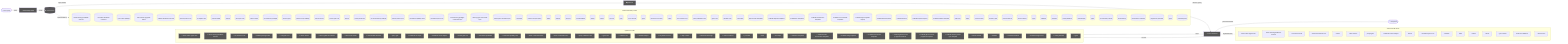
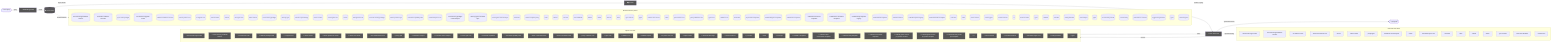
flowchart LR
  UserQ(["👤 User Query"])
  Embed["📐 Embedding Model"]
  VecDB[("📚 Vector Store")]
  Retriever["🔍 Retriever"]
  LLMNode["🧠 LLM / Generator"]
  Output(["✅ Response"])
  UserQ -->|query| Embed
  Embed -->|vector| VecDB
  VecDB -->|top-k chunks| Retriever
  Retriever -->|context + query| LLMNode
  LLMNode -->|generated answer| Output
  subgraph DetectedMemory["Detected memory stores"]
    det_detectedmemory_check_steering_feedback_contract_80134459[("check-steering-feedback-contract")]
    det_detectedmemory_normalize_workflow_contracts_8701f1c8[("normalize-workflow-contracts")]
    det_detectedmemory_sync_codex_preflight_7e7a8dc2[("sync-codex-preflight")]
    det_detectedmemory_test_harness_upgrade_matrix_84113c4e[("test-harness-upgrade-matrix")]
    det_detectedmemory_validate_workflow_contracts_33dc063c[("validate-workflow-contracts")]
    det_detectedmemory_branch_protect_core_a8feb0fd[("branch-protect-core")]
    det_detectedmemory_ci_migrate_core_7005b5af[("ci-migrate-core")]
    det_detectedmemory_context_health_80bb7da9[("context-health")]
    det_detectedmemory_context_ea7792a2[("context")]
    det_detectedmemory_docs_gate_core_eb9b6c18[("docs-gate-core")]
    det_detectedmemory_index_context_de3ed39d[("index-context")]
    det_detectedmemory_local_memory_preflight_dcc36c42[("local-memory-preflight")]
    det_detectedmemory_memory_gate_a577a506[("memory-gate")]
    det_detectedmemory_pattern_scope_siblings_43abe000[("pattern-scope-siblings")]
    det_detectedmemory_review_context_ca6cf81d[("review-context")]
    det_detectedmemory_review_gate_core_4c8001f9[("review-gate-core")]
    det_detectedmemory_search_24193290[("search")]
    det_detectedmemory_tooling_audit_core_328d6a41[("tooling-audit-core")]
    det_detectedmemory_run_local_memory_preflight_36e92808[("run-local-memory-preflight")]
    det_detectedmemory_branch_protect_sync_570adb18[("branch-protect-sync")]
    det_detectedmemory_command_capability_rules_ca3f496a[("command-capability-rules")]
    det_detectedmemory_command_specs_core_1c0ffc99[("command-specs-core")]
    det_detectedmemory_local_memory_preflight_command_spec_9e23f3ce[("local-memory-preflight-command-spec")]
    det_detectedmemory_memory_gate_command_spec_dc9001a9[("memory-gate-command-spec")]
    det_detectedmemory_review_gate_command_spec_3187376a[("review-gate-command-spec")]
    det_detectedmemory_constants_7517017f[("constants")]
    det_detectedmemory_context_compact_policy_3dcaf95d[("context-compact-policy")]
    det_detectedmemory_index_1bc04b52[("index")]
    det_detectedmemory_indexer_70fa78e5[("indexer")]
    det_detectedmemory_init_error_5c7dd49f[("init-error")]
    det_detectedmemory_lexical_fallback_723e2b3e[("lexical-fallback")]
    det_detectedmemory_ollama_76e3c7bf[("ollama")]
    det_detectedmemory_rollout_a4fa034c[("rollout")]
    det_detectedmemory_sources_878a52fc[("sources")]
    det_detectedmemory_store_824d80d7[("store")]
    det_detectedmemory_sync_contract_c79fa191[("sync-contract")]
    det_detectedmemory_types_3_9675d69b[("types")]
    det_detectedmemory_harness_run_context_ac7c77a9[("harness-run-context")]
    det_detectedmemory_index_1_faebc14e[("index")]
    det_detectedmemory_json_schema_core_96d7e328[("json-schema-core")]
    det_detectedmemory_policy_validators_core_714a3fe7[("policy-validators-core")]
    det_detectedmemory_types_core_e405ddca[("types-core")]
    det_detectedmemory_validator_core_4358f8ba[("validator-core")]
    det_detectedmemory_init_modes_c05ceb07[("init-modes")]
    det_detectedmemory_project_brain_templates_7ef51530[("project-brain-templates")]
    det_detectedmemory_scaffold_diagram_templates_dd88e83c[("scaffold-diagram-templates")]
    det_detectedmemory_scaffold_doc_templates_f6152330[("scaffold-doc-templates")]
    det_detectedmemory_scaffold_environment_templates_c1ceba6a[("scaffold-environment-templates")]
    det_detectedmemory_scaffold_root_command_templates_404fed7f[("scaffold-root-command-templates")]
    det_detectedmemory_scaffold_script_template_registry_69312d4e[("scaffold-script-template-registry")]
    det_detectedmemory_scaffold_shell_templates_0ad0f915[("scaffold-shell-templates")]
    det_detectedmemory_scaffold_surfaces_12d6494e[("scaffold-surfaces")]
    det_detectedmemory_scaffold_template_registry_b1cce2aa[("scaffold-template-registry")]
    det_detectedmemory_scaffold_workflow_template_92310587[("scaffold-workflow-template")]
    det_detectedmemory_eval_seed_5699fd3e[("eval-seed")]
    det_detectedmemory_index_4_013aa0e3[("index")]
    det_detectedmemory_review_context_1_e3afed15[("review-context")]
    det_detectedmemory_memory_gate_1_265164ac[("memory-gate")]
    det_detectedmemory_branch_enforcer_acb749cd[("branch-enforcer")]
+     det_detectedmemory_cli_2_10bc8a77[("cli")]
    det_detectedmemory_metrics_tracker_98cec29c[("metrics-tracker")]
    det_detectedmemory_types_10_75e5a4a0[("types")]
    det_detectedmemory_validator_4_5180cf23[("validator")]
    det_detectedmemory_classifier_fe1991a9[("classifier")]
    det_detectedmemory_tooling_baseline_50ab2eeb[("tooling-baseline")]
    det_detectedmemory_claim_helpers_20dc8387[("claim-helpers")]
    det_detectedmemory_types_14_fe7507be[("types")]
    det_detectedmemory_local_memory_smoke_1175abfc[("local-memory-smoke")]
    det_detectedmemory_local_memory_0db17ecc[("local-memory")]
    det_detectedmemory_performance_overload_c685bfcf[("performance-overload")]
    det_detectedmemory_suggestion_generator_0956f794[("suggestion-generator")]
    det_detectedmemory_types_19_eb4ad5f0[("types")]
    det_detectedmemory_overload_guard_2748c559[("overload-guard")]
  end
  VecDB -. "implemented by" .-> DetectedMemory
  subgraph DetectedLLM["Detected LLM clients"]
    det_detectedllm_check_codex_agent_roles_5bb2e89b["check-codex-agent-roles"]
    det_detectedllm_check_steering_feedback_contract_80134459["check-steering-feedback-contract"]
    det_detectedllm_run_harness_evals_77704768["run-harness-evals"]
    det_detectedllm_check_environment_core_2c16213f["check-environment-core"]
    det_detectedllm_context_ea7792a2["context"]
    det_detectedllm_index_context_de3ed39d["index-context"]
    det_detectedllm_prompt_gate_c5e9d207["prompt-gate"]
    det_detectedllm_remediate_runner_helpers_929fedcc["remediate-runner-helpers"]
    det_detectedllm_search_24193290["search"]
    det_detectedllm_command_specs_core_1c0ffc99["command-specs-core"]
    det_detectedllm_constants_7517017f["constants"]
    det_detectedllm_index_1bc04b52["index"]
    det_detectedllm_indexer_70fa78e5["indexer"]
    det_detectedllm_ollama_76e3c7bf["ollama"]
    det_detectedllm_sync_contract_c79fa191["sync-contract"]
    det_detectedllm_north_star_validators_cfc926ce["north-star-validators"]
    det_detectedllm_sensitive_text_7c11f760["sensitive-text"]
  end
  LLMNode -. "implemented by" .-> DetectedLLM
  subgraph DetectedTools["Agentic tool calls"]
    det_detectedtools_check_codex_agent_roles_5bb2e89b["🔧 check-codex-agent-roles"]
    det_detectedtools_check_steering_feedback_contract_80134459["🔧 check-steering-feedback-contract"]
    det_detectedtools_run_harness_evals_77704768["🔧 run-harness-evals"]
    det_detectedtools_validate_packaged_skill_5e32c890["🔧 validate-packaged-skill"]
    det_detectedtools_ci_migrate_core_7005b5af["🔧 ci-migrate-core"]
    det_detectedtools_doctor_checks_5a2eb2b9["🔧 doctor-checks"]
    det_detectedtools_doctor_github_tool_checks_a53b0382["🔧 doctor-github-tool-checks"]
    det_detectedtools_doctor_tool_checks_4acac51a["🔧 doctor-tool-checks"]
    det_detectedtools_next_blocked_decisions_4140ad2b["🔧 next-blocked-decisions"]
    det_detectedtools_policy_gate_213f7313["🔧 policy-gate"]
    det_detectedtools_remediate_cli_output_cc165396["🔧 remediate-cli-output"]
    det_detectedtools_remediate_runner_helpers_929fedcc["🔧 remediate-runner-helpers"]
    det_detectedtools_review_gate_core_4c8001f9["🔧 review-gate-core"]
    det_detectedtools_command_capabilities_a4d5c71e["🔧 command-capabilities"]
    det_detectedtools_command_capability_rules_ca3f496a["🔧 command-capability-rules"]
    det_detectedtools_linear_command_actions_e430f4f4["🔧 linear-command-actions"]
    det_detectedtools_linear_command_runner_4a740dfc["🔧 linear-command-runner"]
    det_detectedtools_policy_validators_core_714a3fe7["🔧 policy-validators-core"]
    det_detectedtools_types_core_e405ddca["🔧 types-core"]
    det_detectedtools_validator_core_4358f8ba["🔧 validator-core"]
    det_detectedtools_validator_helpers_7b927667["🔧 validator-helpers"]
    det_detectedtools_he_phase_exit_core_1148895b["🔧 he-phase-exit-core"]
    det_detectedtools_ralph_runtime_73d63c0e["🔧 ralph-runtime"]
    det_detectedtools_observed_skill_usage_ed7d5930["🔧 observed-skill-usage"]
    det_detectedtools_closure_evidence_aaa31467["🔧 closure-evidence"]
    det_detectedtools_pr_creator_dc6b1ea4["🔧 pr-creator"]
    det_detectedtools_client_948fe603["🔧 client"]
    det_detectedtools_init_output_360dce91["🔧 init-output"]
    det_detectedtools_scaffold_ci_templates_2afd6392["🔧 scaffold-ci-templates"]
    det_detectedtools_scaffold_codex_environment_templates_334fbbed["🔧 scaffold-codex-environment-templates"]
    det_detectedtools_scaffold_config_templates_4b80ce53["🔧 scaffold-config-templates"]
    det_detectedtools_scaffold_environment_templates_c1ceba6a["🔧 scaffold-environment-templates"]
    det_detectedtools_scaffold_github_actions_pr_pipeline_renderer_1ee18de5["🔧 scaffold-github-actions-pr-pipeline-renderer"]
    det_detectedtools_scaffold_github_actions_pr_pipeline_template_e2b85f62["🔧 scaffold-github-actions-pr-pipeline-template"]
    det_detectedtools_scaffold_release_private_npm_template_075499f8["🔧 scaffold-release-private-npm-template"]
+     det_detectedtools_cli_2_10bc8a77["🔧 cli"]
    det_detectedtools_metrics_tracker_98cec29c["🔧 metrics-tracker"]
-     det_detectedtools_validator_4_5180cf23["🔧 validator"]
    det_detectedtools_normalise_renderer_85f2e563["🔧 normalise-renderer"]
    det_detectedtools_evaluation_engine_core_e054fe49["🔧 evaluation-engine-core"]
    det_detectedtools_tooling_baseline_50ab2eeb["🔧 tooling-baseline"]
    det_detectedtools_types_21_5756f9dc["🔧 types"]
  end
  LLMNode -->|tool use| DetectedTools
  DetectedTools -->|result| LLMNode
  classDef memNode fill:#555,color:#fff
  class VecDB,Retriever memNode
  classDef llmNode fill:#555,color:#fff
  class LLMNode,Embed llmNode
  classDef toolNode fill:#555,color:#fff
-   class det_detectedtools_check_codex_agent_roles_5bb2e89b,det_detectedtools_check_steering_feedback_contract_80134459,det_detectedtools_run_harness_evals_77704768,det_detectedtools_validate_packaged_skill_5e32c890,det_detectedtools_ci_migrate_core_7005b5af,det_detectedtools_doctor_checks_5a2eb2b9,det_detectedtools_doctor_github_tool_checks_a53b0382,det_detectedtools_doctor_tool_checks_4acac51a,det_detectedtools_next_blocked_decisions_4140ad2b,det_detectedtools_policy_gate_213f7313,det_detectedtools_remediate_cli_output_cc165396,det_detectedtools_remediate_runner_helpers_929fedcc,det_detectedtools_review_gate_core_4c8001f9,det_detectedtools_command_capabilities_a4d5c71e,det_detectedtools_command_capability_rules_ca3f496a,det_detectedtools_linear_command_actions_e430f4f4,det_detectedtools_linear_command_runner_4a740dfc,det_detectedtools_policy_validators_core_714a3fe7,det_detectedtools_types_core_e405ddca,det_detectedtools_validator_core_4358f8ba,det_detectedtools_validator_helpers_7b927667,det_detectedtools_he_phase_exit_core_1148895b,det_detectedtools_ralph_runtime_73d63c0e,det_detectedtools_observed_skill_usage_ed7d5930,det_detectedtools_closure_evidence_aaa31467,det_detectedtools_pr_creator_dc6b1ea4,det_detectedtools_client_948fe603,det_detectedtools_init_output_360dce91,det_detectedtools_scaffold_ci_templates_2afd6392,det_detectedtools_scaffold_codex_environment_templates_334fbbed,det_detectedtools_scaffold_config_templates_4b80ce53,det_detectedtools_scaffold_environment_templates_c1ceba6a,det_detectedtools_scaffold_github_actions_pr_pipeline_renderer_1ee18de5,det_detectedtools_scaffold_github_actions_pr_pipeline_template_e2b85f62,det_detectedtools_scaffold_release_private_npm_template_075499f8,det_detectedtools_metrics_tracker_98cec29c,det_detectedtools_validator_4_5180cf23,det_detectedtools_normalise_renderer_85f2e563,det_detectedtools_evaluation_engine_core_e054fe49,det_detectedtools_tooling_baseline_50ab2eeb,det_detectedtools_types_21_5756f9dc toolNode
+   class det_detectedtools_check_codex_agent_roles_5bb2e89b,det_detectedtools_check_steering_feedback_contract_80134459,det_detectedtools_run_harness_evals_77704768,det_detectedtools_validate_packaged_skill_5e32c890,det_detectedtools_ci_migrate_core_7005b5af,det_detectedtools_doctor_checks_5a2eb2b9,det_detectedtools_doctor_github_tool_checks_a53b0382,det_detectedtools_doctor_tool_checks_4acac51a,det_detectedtools_next_blocked_decisions_4140ad2b,det_detectedtools_policy_gate_213f7313,det_detectedtools_remediate_cli_output_cc165396,det_detectedtools_remediate_runner_helpers_929fedcc,det_detectedtools_review_gate_core_4c8001f9,det_detectedtools_command_capabilities_a4d5c71e,det_detectedtools_command_capability_rules_ca3f496a,det_detectedtools_linear_command_actions_e430f4f4,det_detectedtools_linear_command_runner_4a740dfc,det_detectedtools_policy_validators_core_714a3fe7,det_detectedtools_types_core_e405ddca,det_detectedtools_validator_core_4358f8ba,det_detectedtools_validator_helpers_7b927667,det_detectedtools_he_phase_exit_core_1148895b,det_detectedtools_ralph_runtime_73d63c0e,det_detectedtools_observed_skill_usage_ed7d5930,det_detectedtools_closure_evidence_aaa31467,det_detectedtools_pr_creator_dc6b1ea4,det_detectedtools_client_948fe603,det_detectedtools_init_output_360dce91,det_detectedtools_scaffold_ci_templates_2afd6392,det_detectedtools_scaffold_codex_environment_templates_334fbbed,det_detectedtools_scaffold_config_templates_4b80ce53,det_detectedtools_scaffold_environment_templates_c1ceba6a,det_detectedtools_scaffold_github_actions_pr_pipeline_renderer_1ee18de5,det_detectedtools_scaffold_github_actions_pr_pipeline_template_e2b85f62,det_detectedtools_scaffold_release_private_npm_template_075499f8,det_detectedtools_cli_2_10bc8a77,det_detectedtools_metrics_tracker_98cec29c,det_detectedtools_normalise_renderer_85f2e563,det_detectedtools_evaluation_engine_core_e054fe49,det_detectedtools_tooling_baseline_50ab2eeb,det_detectedtools_types_21_5756f9dc toolNode
